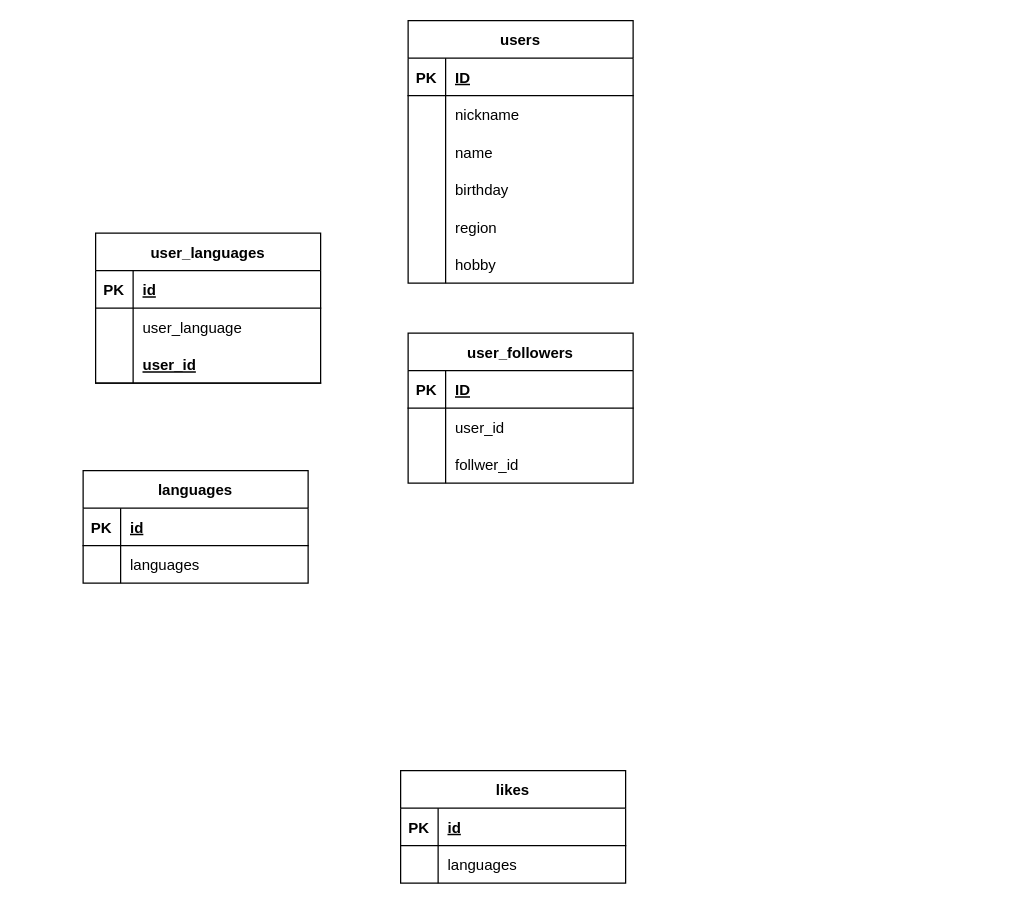
Before: ER.dio in hiratatatsujiro/spring_web, a draw.io diagram. Source tidied: cells renumbered, new cells numbered last; positions are measured from the earlier drawing's top-left corner, leaving out a move shared by most shapes. Both pictures are drawn from the tidied source at 125%, with x=0, y=0 at pixel (82, 20).
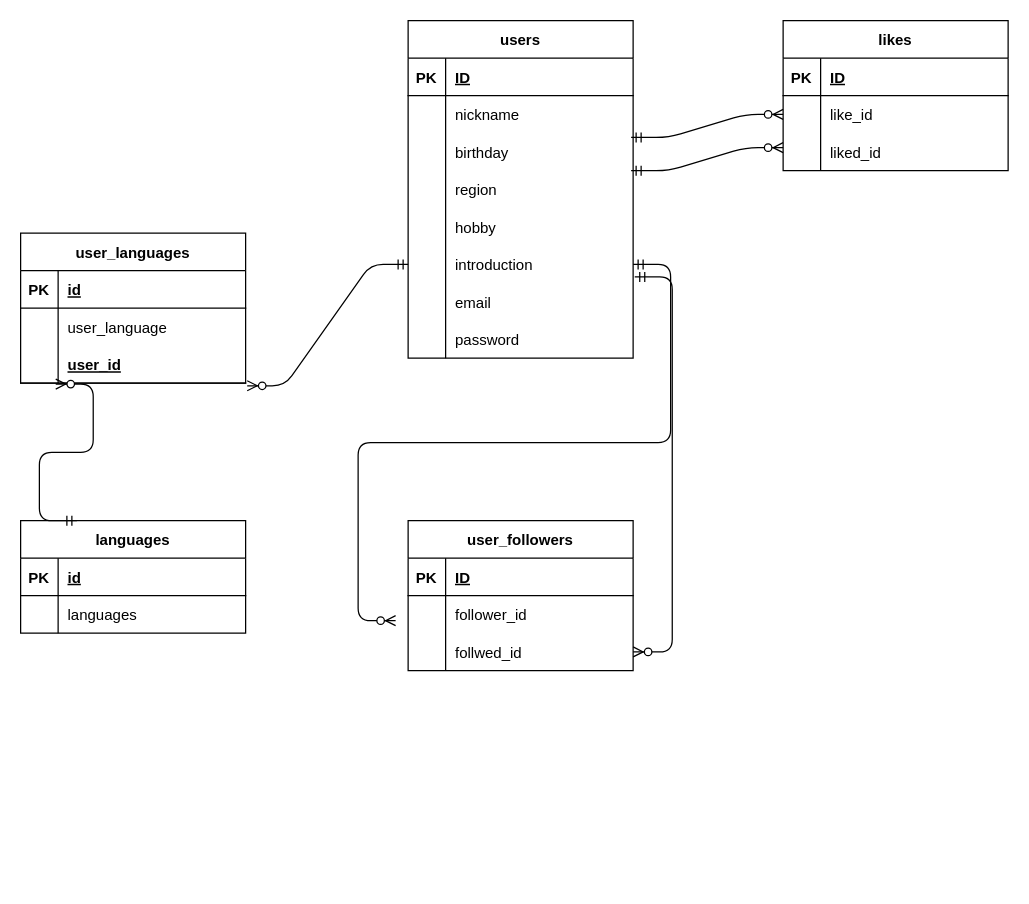
Above is the later version.

Unchanged cells that the change refers to:
```xml
<mxCell id="42" style="shape=partialRectangle;fillColor=none;top=0;left=0;bottom=1;right=0;points=[[0,0.5],[1,0.5]];portConstraint=eastwest;" parent="35" vertex="1">
  <mxGeometry y="90" width="180" height="30" as="geometry" />
</mxCell>
<mxCell id="49" style="shape=partialRectangle;fillColor=none;top=0;left=0;bottom=0;right=0;" parent="45" vertex="1">
  <mxGeometry y="60" width="180" height="30" as="geometry" />
</mxCell>
<mxCell id="52" style="shape=partialRectangle;fillColor=none;top=0;left=0;bottom=0;right=0;points=[[0,0.5],[1,0.5]];portConstraint=eastwest;" parent="45" vertex="1">
  <mxGeometry y="90" width="180" height="30" as="geometry" />
</mxCell>
```

The edit, as a diff of the source:
```diff
@@
     <mxCell id="2" value="users" style="shape=table;startSize=30;childLayout=tableLayout;rowLines=0;fontStyle=1;align=center;" parent="1" vertex="1">
-      <mxGeometry x="260" width="180" height="210" as="geometry" />
+      <mxGeometry x="260" width="180" height="270" as="geometry" />
     </mxCell>
@@
-    <mxCell id="9" style="shape=partialRectangle;fillColor=none;top=0;left=0;bottom=0;right=0;" parent="2" vertex="1">
-      <mxGeometry y="90" width="180" height="30" as="geometry" />
-    </mxCell>
-    <mxCell id="10" style="shape=partialRectangle;fillColor=none;top=0;left=0;bottom=0;right=0;overflow=hidden;" parent="9" vertex="1">
-      <mxGeometry width="30" height="30" as="geometry" />
-    </mxCell>
-    <mxCell id="11" value="name" style="shape=partialRectangle;fillColor=none;top=0;left=0;bottom=0;right=0;align=left;spacingLeft=6;overflow=hidden;" parent="9" vertex="1">
-      <mxGeometry x="30" width="150" height="30" as="geometry" />
-    </mxCell>
     <mxCell id="12" style="shape=partialRectangle;fillColor=none;top=0;left=0;bottom=0;right=0;" parent="2" vertex="1">
-      <mxGeometry y="120" width="180" height="30" as="geometry" />
+      <mxGeometry y="90" width="180" height="30" as="geometry" />
     </mxCell>
@@
     <mxCell id="15" style="shape=partialRectangle;fillColor=none;top=0;left=0;bottom=0;right=0;" parent="2" vertex="1">
-      <mxGeometry y="150" width="180" height="30" as="geometry" />
+      <mxGeometry y="120" width="180" height="30" as="geometry" />
     </mxCell>
@@
     <mxCell id="18" style="shape=partialRectangle;fillColor=none;top=0;left=0;bottom=0;right=0;" parent="2" vertex="1">
-      <mxGeometry y="180" width="180" height="30" as="geometry" />
+      <mxGeometry y="150" width="180" height="30" as="geometry" />
     </mxCell>
@@
+    <mxCell id="55" style="shape=partialRectangle;fillColor=none;top=0;left=0;bottom=0;right=0;points=[[0,0.5],[1,0.5]];portConstraint=eastwest;" parent="2" vertex="1">
+      <mxGeometry y="180" width="180" height="30" as="geometry" />
+    </mxCell>
+    <mxCell id="56" style="shape=partialRectangle;fillColor=none;top=0;left=0;bottom=0;right=0;overflow=hidden;" parent="55" vertex="1">
+      <mxGeometry width="30" height="30" as="geometry" />
+    </mxCell>
+    <mxCell id="57" value="introduction" style="shape=partialRectangle;fillColor=none;top=0;left=0;bottom=0;right=0;align=left;spacingLeft=6;overflow=hidden;" parent="55" vertex="1">
+      <mxGeometry x="30" width="150" height="30" as="geometry" />
+    </mxCell>
+    <mxCell id="58" style="shape=partialRectangle;fillColor=none;top=0;left=0;bottom=0;right=0;" parent="2" vertex="1">
+      <mxGeometry y="210" width="180" height="30" as="geometry" />
+    </mxCell>
+    <mxCell id="59" style="shape=partialRectangle;fillColor=none;top=0;left=0;bottom=0;right=0;overflow=hidden;" parent="58" vertex="1">
+      <mxGeometry width="30" height="30" as="geometry" />
+    </mxCell>
+    <mxCell id="60" value="email" style="shape=partialRectangle;fillColor=none;top=0;left=0;bottom=0;right=0;align=left;spacingLeft=6;overflow=hidden;" parent="58" vertex="1">
+      <mxGeometry x="30" width="150" height="30" as="geometry" />
+    </mxCell>
+    <mxCell id="61" style="shape=partialRectangle;fillColor=none;top=0;left=0;bottom=0;right=0;" parent="2" vertex="1">
+      <mxGeometry y="240" width="180" height="30" as="geometry" />
+    </mxCell>
+    <mxCell id="62" style="shape=partialRectangle;fillColor=none;top=0;left=0;bottom=0;right=0;overflow=hidden;" parent="61" vertex="1">
+      <mxGeometry width="30" height="30" as="geometry" />
+    </mxCell>
+    <mxCell id="63" value="password" style="shape=partialRectangle;fillColor=none;top=0;left=0;bottom=0;right=0;align=left;spacingLeft=6;overflow=hidden;" parent="61" vertex="1">
+      <mxGeometry x="30" width="150" height="30" as="geometry" />
+    </mxCell>
     <mxCell id="21" value="languages" style="shape=table;startSize=30;childLayout=tableLayout;rowLines=0;fontStyle=1;align=center;" parent="1" vertex="1">
-      <mxGeometry y="360" width="180" height="90" as="geometry" />
+      <mxGeometry x="-50" y="400" width="180" height="90" as="geometry" />
     </mxCell>
@@
-    <mxCell id="28" value="likes" style="shape=table;startSize=30;childLayout=tableLayout;rowLines=0;fontStyle=1;align=center;" parent="1" vertex="1">
-      <mxGeometry x="254" y="600" width="180" height="90" as="geometry" />
-    </mxCell>
-    <mxCell id="29" style="shape=partialRectangle;fillColor=none;top=0;left=0;bottom=1;right=0;" parent="28" vertex="1">
-      <mxGeometry y="30" width="180" height="30" as="geometry" />
-    </mxCell>
-    <mxCell id="30" value="PK" style="shape=partialRectangle;fillColor=none;top=0;left=0;bottom=0;right=0;fontStyle=1;overflow=hidden;" parent="29" vertex="1">
-      <mxGeometry width="30" height="30" as="geometry" />
-    </mxCell>
-    <mxCell id="31" value="id" style="shape=partialRectangle;fillColor=none;top=0;left=0;bottom=0;right=0;align=left;spacingLeft=6;fontStyle=5;overflow=hidden;" parent="29" vertex="1">
-      <mxGeometry x="30" width="150" height="30" as="geometry" />
-    </mxCell>
-    <mxCell id="32" style="shape=partialRectangle;fillColor=none;top=0;left=0;bottom=0;right=0;points=[[0,0.5],[1,0.5]];portConstraint=eastwest;" parent="28" vertex="1">
-      <mxGeometry y="60" width="180" height="30" as="geometry" />
-    </mxCell>
-    <mxCell id="33" style="shape=partialRectangle;fillColor=none;top=0;left=0;bottom=0;right=0;overflow=hidden;" parent="32" vertex="1">
-      <mxGeometry width="30" height="30" as="geometry" />
-    </mxCell>
-    <mxCell id="34" value="languages" style="shape=partialRectangle;fillColor=none;top=0;left=0;bottom=0;right=0;align=left;spacingLeft=6;overflow=hidden;" parent="32" vertex="1">
-      <mxGeometry x="30" width="150" height="30" as="geometry" />
-    </mxCell>
     <mxCell id="35" value="user_languages" style="shape=table;startSize=30;childLayout=tableLayout;rowLines=0;fontStyle=1;align=center;" parent="1" vertex="1">
-      <mxGeometry x="10" y="170" width="180" height="120" as="geometry" />
+      <mxGeometry x="-50" y="170" width="180" height="120" as="geometry" />
     </mxCell>
@@
     <mxCell id="45" value="user_followers" style="shape=table;startSize=30;childLayout=tableLayout;rowLines=0;fontStyle=1;align=center;" parent="1" vertex="1">
-      <mxGeometry x="260" y="250" width="180" height="120" as="geometry" />
+      <mxGeometry x="260" y="400" width="180" height="120" as="geometry" />
     </mxCell>
@@
-    <mxCell id="51" value="user_id" style="shape=partialRectangle;fillColor=none;top=0;left=0;bottom=0;right=0;align=left;spacingLeft=6;overflow=hidden;" parent="49" vertex="1">
+    <mxCell id="51" value="follower_id" style="shape=partialRectangle;fillColor=none;top=0;left=0;bottom=0;right=0;align=left;spacingLeft=6;overflow=hidden;" parent="49" vertex="1">
       <mxGeometry x="30" width="150" height="30" as="geometry" />
     </mxCell>
@@
-    <mxCell id="54" value="follwer_id" style="shape=partialRectangle;fillColor=none;top=0;left=0;bottom=0;right=0;align=left;spacingLeft=6;overflow=hidden;" parent="52" vertex="1">
+    <mxCell id="54" value="follwed_id" style="shape=partialRectangle;fillColor=none;top=0;left=0;bottom=0;right=0;align=left;spacingLeft=6;overflow=hidden;" parent="52" vertex="1">
       <mxGeometry x="30" width="150" height="30" as="geometry" />
     </mxCell>
+    <mxCell id="28" value="likes" style="shape=table;startSize=30;childLayout=tableLayout;rowLines=0;fontStyle=1;align=center;" parent="1" vertex="1">
+      <mxGeometry x="560" width="180" height="120" as="geometry" />
+    </mxCell>
+    <mxCell id="29" style="shape=partialRectangle;fillColor=none;top=0;left=0;bottom=1;right=0;" parent="28" vertex="1">
+      <mxGeometry y="30" width="180" height="30" as="geometry" />
+    </mxCell>
+    <mxCell id="30" value="PK" style="shape=partialRectangle;fillColor=none;top=0;left=0;bottom=0;right=0;fontStyle=1;overflow=hidden;" parent="29" vertex="1">
+      <mxGeometry width="30" height="30" as="geometry" />
+    </mxCell>
+    <mxCell id="64" value="ID" style="shape=partialRectangle;fillColor=none;top=0;left=0;bottom=0;right=0;align=left;spacingLeft=6;fontStyle=5;overflow=hidden;" parent="29" vertex="1">
+      <mxGeometry x="30" width="150" height="30" as="geometry" />
+    </mxCell>
+    <mxCell id="32" style="shape=partialRectangle;fillColor=none;top=0;left=0;bottom=0;right=0;points=[[0,0.5],[1,0.5]];portConstraint=eastwest;" parent="28" vertex="1">
+      <mxGeometry y="60" width="180" height="30" as="geometry" />
+    </mxCell>
+    <mxCell id="65" style="shape=partialRectangle;fillColor=none;top=0;left=0;bottom=0;right=0;overflow=hidden;" parent="32" vertex="1">
+      <mxGeometry width="30" height="30" as="geometry" />
+    </mxCell>
+    <mxCell id="66" value="like_id" style="shape=partialRectangle;fillColor=none;top=0;left=0;bottom=0;right=0;align=left;spacingLeft=6;overflow=hidden;" parent="32" vertex="1">
+      <mxGeometry x="30" width="150" height="30" as="geometry" />
+    </mxCell>
+    <mxCell id="9" style="shape=partialRectangle;fillColor=none;top=0;left=0;bottom=0;right=0;" parent="28" vertex="1">
+      <mxGeometry y="90" width="180" height="30" as="geometry" />
+    </mxCell>
+    <mxCell id="67" style="shape=partialRectangle;fillColor=none;top=0;left=0;bottom=0;right=0;overflow=hidden;" parent="9" vertex="1">
+      <mxGeometry width="30" height="30" as="geometry" />
+    </mxCell>
+    <mxCell id="68" value="liked_id" style="shape=partialRectangle;fillColor=none;top=0;left=0;bottom=0;right=0;align=left;spacingLeft=6;overflow=hidden;" parent="9" vertex="1">
+      <mxGeometry x="30" width="150" height="30" as="geometry" />
+    </mxCell>
+    <mxCell id="69" style="edgeStyle=entityRelationEdgeStyle;fontSize=12;html=1;endArrow=ERzeroToMany;startArrow=ERmandOne;entryX=0.156;entryY=1.026;entryDx=0;entryDy=0;entryPerimeter=0;exitX=0.25;exitY=0;exitDx=0;exitDy=0;" parent="1" edge="1" source="21" target="42">
+      <mxGeometry relative="1" as="geometry" />
+    </mxCell>
+    <mxCell id="70" style="edgeStyle=entityRelationEdgeStyle;fontSize=12;html=1;endArrow=ERzeroToMany;startArrow=ERmandOne;exitX=0;exitY=0.5;exitDx=0;exitDy=0;entryX=1.007;entryY=1.07;entryDx=0;entryDy=0;entryPerimeter=0;" parent="1" edge="1" source="55" target="42">
+      <mxGeometry relative="1" as="geometry" />
+    </mxCell>
+    <mxCell id="71" style="edgeStyle=entityRelationEdgeStyle;fontSize=12;html=1;endArrow=ERzeroToMany;startArrow=ERmandOne;" parent="1" edge="1" source="55">
+      <mxGeometry relative="1" as="geometry">
+        <mxPoint x="250" y="480" as="targetPoint" />
+      </mxGeometry>
+    </mxCell>
+    <mxCell id="72" style="edgeStyle=entityRelationEdgeStyle;fontSize=12;html=1;endArrow=ERzeroToMany;startArrow=ERmandOne;entryX=1;entryY=0.5;entryDx=0;entryDy=0;" parent="1" edge="1" target="52">
+      <mxGeometry relative="1" as="geometry">
+        <mxPoint x="441.3" y="205" as="sourcePoint" />
+      </mxGeometry>
+    </mxCell>
+    <mxCell id="73" style="edgeStyle=entityRelationEdgeStyle;fontSize=12;html=1;endArrow=ERzeroToMany;startArrow=ERmandOne;exitX=0.991;exitY=0.115;exitDx=0;exitDy=0;entryX=0;entryY=0.5;entryDx=0;entryDy=0;exitPerimeter=0;" parent="1" edge="1" target="32">
+      <mxGeometry relative="1" as="geometry">
+        <mxPoint x="438.4" y="93.4" as="sourcePoint" />
+      </mxGeometry>
+    </mxCell>
+    <mxCell id="74" style="edgeStyle=entityRelationEdgeStyle;fontSize=12;html=1;endArrow=ERzeroToMany;startArrow=ERmandOne;exitX=0.991;exitY=0.115;exitDx=0;exitDy=0;entryX=0;entryY=0.5;entryDx=0;entryDy=0;exitPerimeter=0;" parent="1" edge="1">
+      <mxGeometry relative="1" as="geometry">
+        <mxPoint x="438.4" y="120" as="sourcePoint" />
+        <mxPoint x="560" y="101.6" as="targetPoint" />
+      </mxGeometry>
+    </mxCell>
```
